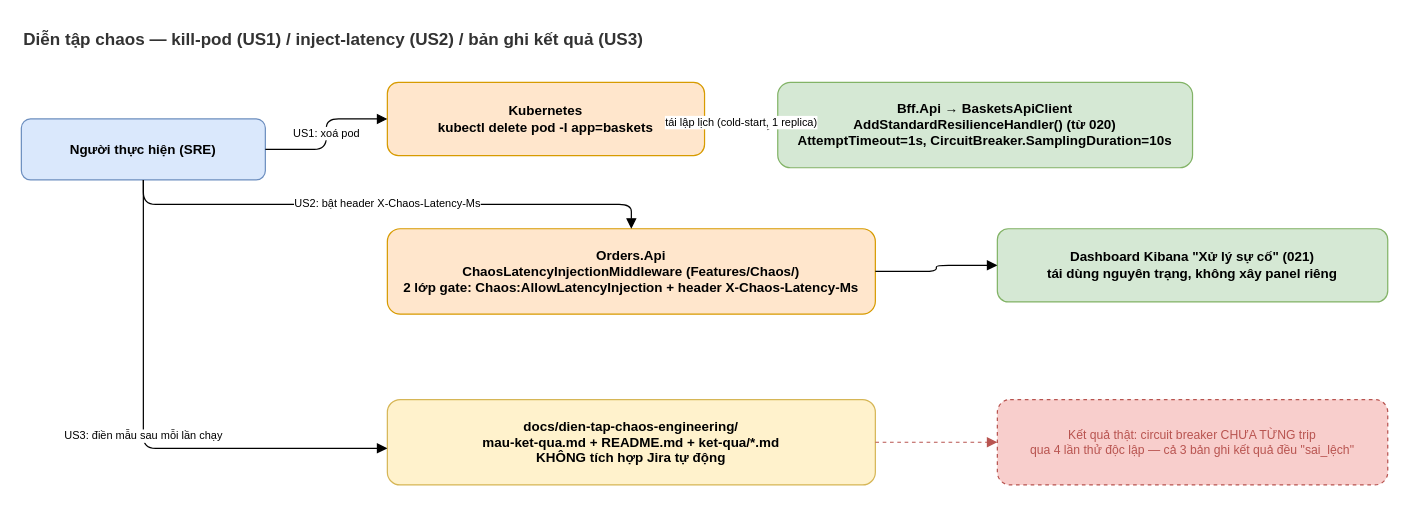
nmhieuit/ecommerce keeps this draw.io diagram as docs/diagrams/025-chaos-pod-kill-latency-component.drawio. Above is the earlier version. Source tidied: cells renumbered, new cells numbered last; positions are measured from the earlier drawing's top-left corner, leaving out a move shared by most shapes. Both pictures are drawn from the tidied source at 122%, with x=0, y=0 at pixel (21, 21).
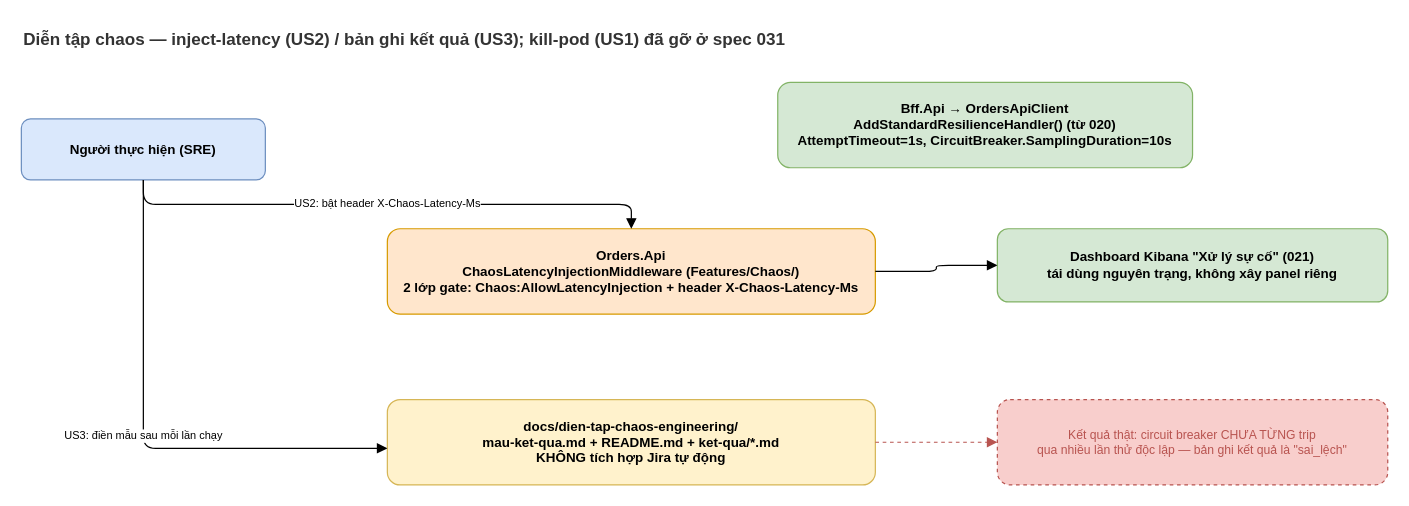
The same diagram, later.

What changed in the source:
```diff
@@
 <mxGraphModel>
   <root>
     <mxCell id="0" />
     <mxCell id="1" parent="0" />
-    <mxCell id="2" value="Diễn tập chaos — kill-pod (US1) / inject-latency (US2) / bản ghi kết quả (US3)" style="text;html=1;fontStyle=1;fontSize=14;fontColor=#333333;" parent="1" vertex="1">
+    <mxCell id="2" value="Diễn tập chaos — inject-latency (US2) / bản ghi kết quả (US3); kill-pod (US1) đã gỡ ở spec 031" style="text;html=1;fontStyle=1;fontSize=14;fontColor=#333333;" parent="1" vertex="1">
       <mxGeometry width="1000" height="26" as="geometry" />
     </mxCell>
     <mxCell id="3" value="Người thực hiện (SRE)" style="rounded=1;whiteSpace=wrap;html=1;fillColor=#dae8fc;strokeColor=#6c8ebf;fontSize=11;fontStyle=1;" parent="1" vertex="1">
       <mxGeometry y="80" width="200" height="50" as="geometry" />
     </mxCell>
-    <mxCell id="4" value="Kubernetes&#10;kubectl delete pod -l app=baskets" style="rounded=1;whiteSpace=wrap;html=1;fillColor=#ffe6cc;strokeColor=#d79b00;fontSize=11;fontStyle=1;" parent="1" vertex="1">
-      <mxGeometry x="300" y="50" width="260" height="60" as="geometry" />
-    </mxCell>
-    <mxCell id="5" value="Bff.Api → BasketsApiClient&#10;AddStandardResilienceHandler() (từ 020)&#10;AttemptTimeout=1s, CircuitBreaker.SamplingDuration=10s" style="rounded=1;whiteSpace=wrap;html=1;fillColor=#d5e8d4;strokeColor=#82b366;fontSize=11;fontStyle=1;" parent="1" vertex="1">
+    <mxCell id="5" value="Bff.Api → OrdersApiClient&#10;AddStandardResilienceHandler() (từ 020)&#10;AttemptTimeout=1s, CircuitBreaker.SamplingDuration=10s" style="rounded=1;whiteSpace=wrap;html=1;fillColor=#d5e8d4;strokeColor=#82b366;fontSize=11;fontStyle=1;" parent="1" vertex="1">
       <mxGeometry x="620" y="50" width="340" height="70" as="geometry" />
     </mxCell>
     <mxCell id="6" value="Orders.Api&#10;ChaosLatencyInjectionMiddleware (Features/Chaos/)&#10;2 lớp gate: Chaos:AllowLatencyInjection + header X-Chaos-Latency-Ms" style="rounded=1;whiteSpace=wrap;html=1;fillColor=#ffe6cc;strokeColor=#d79b00;fontSize=11;fontStyle=1;" parent="1" vertex="1">
       <mxGeometry x="300" y="170" width="400" height="70" as="geometry" />
     </mxCell>
     <mxCell id="7" value="Dashboard Kibana &quot;Xử lý sự cố&quot; (021)&#10;tái dùng nguyên trạng, không xây panel riêng" style="rounded=1;whiteSpace=wrap;html=1;fillColor=#d5e8d4;strokeColor=#82b366;fontSize=11;fontStyle=1;" parent="1" vertex="1">
       <mxGeometry x="800" y="170" width="320" height="60" as="geometry" />
     </mxCell>
     <mxCell id="8" value="docs/dien-tap-chaos-engineering/&#10;mau-ket-qua.md + README.md + ket-qua/*.md&#10;KHÔNG tích hợp Jira tự động" style="rounded=1;whiteSpace=wrap;html=1;fillColor=#fff2cc;strokeColor=#d6b656;fontSize=11;fontStyle=1;" parent="1" vertex="1">
       <mxGeometry x="300" y="310" width="400" height="70" as="geometry" />
     </mxCell>
-    <mxCell id="9" value="Kết quả thật: circuit breaker CHƯA TỪNG trip&#10;qua 4 lần thử độc lập — cả 3 bản ghi kết quả đều &quot;sai_lệch&quot;" style="rounded=1;whiteSpace=wrap;html=1;fillColor=#f8cecc;strokeColor=#b85450;dashed=1;fontSize=10;fontColor=#b85450;align=center;" parent="1" vertex="1">
+    <mxCell id="9" value="Kết quả thật: circuit breaker CHƯA TỪNG trip&#10;qua nhiều lần thử độc lập — bản ghi kết quả là &quot;sai_lệch&quot;" style="rounded=1;whiteSpace=wrap;html=1;fillColor=#f8cecc;strokeColor=#b85450;dashed=1;fontSize=10;fontColor=#b85450;align=center;" parent="1" vertex="1">
       <mxGeometry x="800" y="310" width="320" height="70" as="geometry" />
     </mxCell>
-    <mxCell id="10" value="US1: xoá pod" style="edgeStyle=orthogonalEdgeStyle;html=1;endArrow=block;fontSize=9;" parent="1" edge="1" source="3" target="4">
-      <mxGeometry relative="1" as="geometry" />
-    </mxCell>
-    <mxCell id="11" value="tái lập lịch (cold-start, 1 replica)" style="edgeStyle=orthogonalEdgeStyle;html=1;endArrow=block;fontSize=9;" parent="1" edge="1" source="4" target="5">
-      <mxGeometry relative="1" as="geometry" />
-    </mxCell>
     <mxCell id="12" value="US2: bật header X-Chaos-Latency-Ms" style="edgeStyle=orthogonalEdgeStyle;html=1;endArrow=block;fontSize=9;" parent="1" edge="1" source="3" target="6">
       <mxGeometry relative="1" as="geometry">
         <Array as="points">
           <mxPoint x="100" y="150" />
           <mxPoint x="500" y="150" />
         </Array>
       </mxGeometry>
     </mxCell>
     <mxCell id="13" style="edgeStyle=orthogonalEdgeStyle;html=1;endArrow=block;fontSize=9;" parent="1" edge="1" source="6" target="7">
       <mxGeometry relative="1" as="geometry" />
     </mxCell>
     <mxCell id="14" value="US3: điền mẫu sau mỗi lần chạy" style="edgeStyle=orthogonalEdgeStyle;html=1;endArrow=block;fontSize=9;" parent="1" edge="1" source="3" target="8">
       <mxGeometry relative="1" as="geometry">
         <Array as="points">
           <mxPoint x="100" y="350" />
         </Array>
       </mxGeometry>
     </mxCell>
     <mxCell id="15" style="edgeStyle=orthogonalEdgeStyle;html=1;endArrow=block;dashed=1;fontSize=9;strokeColor=#b85450;" parent="1" edge="1" source="8" target="9">
       <mxGeometry relative="1" as="geometry" />
     </mxCell>
   </root>
 </mxGraphModel>
```
